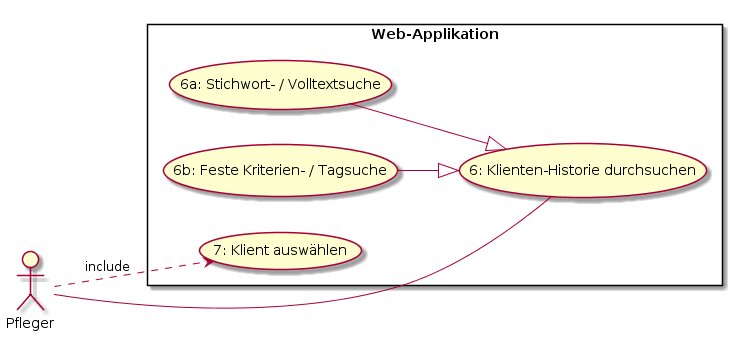
Before: doc/task02/usecases/ProtokolleSuchen.png, a diagram exported from PlantUML (moera1/ch.bfh.bti7081.s2020.green). Source of this version:
```plantuml
@startuml
left to right direction
skinparam packageStyle rectangle
actor Pfleger
rectangle Web-Applikation {
 Pfleger - (6: Klienten-Historie durchsuchen)
 (6a: Stichwort- / Volltextsuche) --|> (6: Klienten-Historie durchsuchen)
 (6b: Feste Kriterien- / Tagsuche) --|> (6: Klienten-Historie durchsuchen)
 Pfleger .-> (7: Klient auswählen) : include
}
@enduml
```
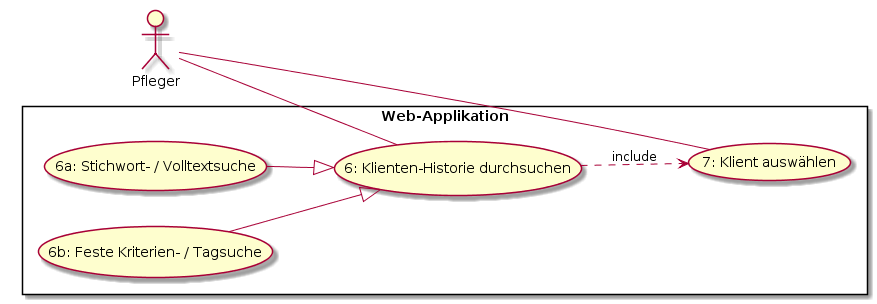
Later version of the same file.

The edit, as a diff of the source:
```diff
@@ -3,9 +3,10 @@
 skinparam packageStyle rectangle
 actor Pfleger
 rectangle Web-Applikation {
- Pfleger - (6: Klienten-Historie durchsuchen)
+ Pfleger -- (6: Klienten-Historie durchsuchen)
+ Pfleger -- (7: Klient auswählen)
  (6a: Stichwort- / Volltextsuche) --|> (6: Klienten-Historie durchsuchen)
  (6b: Feste Kriterien- / Tagsuche) --|> (6: Klienten-Historie durchsuchen)
- Pfleger .-> (7: Klient auswählen) : include
+ (6: Klienten-Historie durchsuchen) .-> (7: Klient auswählen) : include
 }
 @enduml
```
